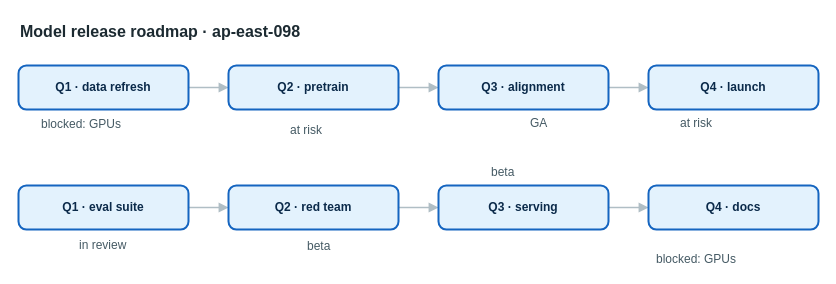
Before: apps/web/public/samples/library/098-model-release-roadmap.drawio in AryanG01/open-apprentice, a draw.io diagram. Source tidied: cells renumbered, new cells numbered last; positions are measured from the earlier drawing's top-left corner, leaving out a move shared by most shapes. Both pictures are drawn from the tidied source at 100%, with x=0, y=0 at pixel (18, 17).
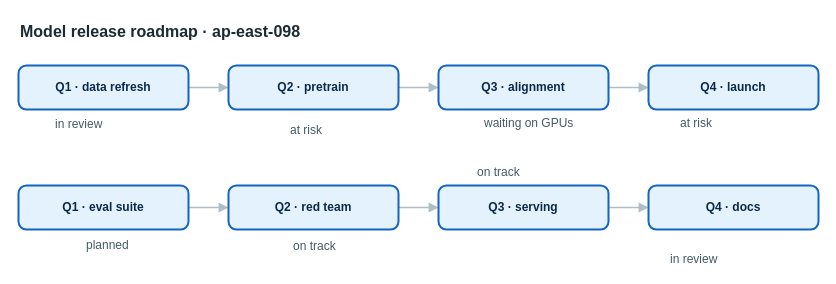
The same page after the edit.

Diff of the diagram source:
```diff
@@
-    <mxCell id="17" value="blocked: GPUs" style="text;html=1;align=left;verticalAlign=top;whiteSpace=nowrap;spacing=0;spacingTop=0;strokeColor=none;fillColor=none;fontSize=12;fontColor=#455a64;" parent="1" vertex="1">
-      <mxGeometry x="23" y="95" width="103" height="20" as="geometry" />
+    <mxCell id="17" value="in review" style="text;html=1;align=left;verticalAlign=top;whiteSpace=nowrap;spacing=0;spacingTop=0;strokeColor=none;fillColor=none;fontSize=12;fontColor=#455a64;" parent="1" vertex="1">
+      <mxGeometry x="37" y="95" width="75" height="20" as="geometry" />
     </mxCell>
@@
-    <mxCell id="19" value="GA" style="text;html=1;align=left;verticalAlign=top;whiteSpace=nowrap;spacing=0;spacingTop=0;strokeColor=none;fillColor=none;fontSize=12;fontColor=#455a64;" parent="1" vertex="1">
-      <mxGeometry x="512" y="94" width="26" height="20" as="geometry" />
+    <mxCell id="19" value="waiting on GPUs" style="text;html=1;align=left;verticalAlign=top;whiteSpace=nowrap;spacing=0;spacingTop=0;strokeColor=none;fillColor=none;fontSize=12;fontColor=#455a64;" parent="1" vertex="1">
+      <mxGeometry x="466" y="94" width="117" height="20" as="geometry" />
     </mxCell>
@@
-    <mxCell id="21" value="in review" style="text;html=1;align=left;verticalAlign=top;whiteSpace=nowrap;spacing=0;spacingTop=0;strokeColor=none;fillColor=none;fontSize=12;fontColor=#455a64;" parent="1" vertex="1">
-      <mxGeometry x="61" y="216" width="75" height="20" as="geometry" />
+    <mxCell id="21" value="planned" style="text;html=1;align=left;verticalAlign=top;whiteSpace=nowrap;spacing=0;spacingTop=0;strokeColor=none;fillColor=none;fontSize=12;fontColor=#455a64;" parent="1" vertex="1">
+      <mxGeometry x="68" y="216" width="61" height="20" as="geometry" />
     </mxCell>
-    <mxCell id="22" value="beta" style="text;html=1;align=left;verticalAlign=top;whiteSpace=nowrap;spacing=0;spacingTop=0;strokeColor=none;fillColor=none;fontSize=12;fontColor=#455a64;" parent="1" vertex="1">
-      <mxGeometry x="289" y="217" width="40" height="20" as="geometry" />
+    <mxCell id="22" value="on track" style="text;html=1;align=left;verticalAlign=top;whiteSpace=nowrap;spacing=0;spacingTop=0;strokeColor=none;fillColor=none;fontSize=12;fontColor=#455a64;" parent="1" vertex="1">
+      <mxGeometry x="275" y="217" width="68" height="20" as="geometry" />
     </mxCell>
-    <mxCell id="23" value="beta" style="text;html=1;align=left;verticalAlign=top;whiteSpace=nowrap;spacing=0;spacingTop=0;strokeColor=none;fillColor=none;fontSize=12;fontColor=#455a64;" parent="1" vertex="1">
-      <mxGeometry x="473" y="143" width="40" height="20" as="geometry" />
+    <mxCell id="23" value="on track" style="text;html=1;align=left;verticalAlign=top;whiteSpace=nowrap;spacing=0;spacingTop=0;strokeColor=none;fillColor=none;fontSize=12;fontColor=#455a64;" parent="1" vertex="1">
+      <mxGeometry x="459" y="143" width="68" height="20" as="geometry" />
     </mxCell>
-    <mxCell id="24" value="blocked: GPUs" style="text;html=1;align=left;verticalAlign=top;whiteSpace=nowrap;spacing=0;spacingTop=0;strokeColor=none;fillColor=none;fontSize=12;fontColor=#455a64;" parent="1" vertex="1">
-      <mxGeometry x="638" y="230" width="103" height="20" as="geometry" />
+    <mxCell id="24" value="in review" style="text;html=1;align=left;verticalAlign=top;whiteSpace=nowrap;spacing=0;spacingTop=0;strokeColor=none;fillColor=none;fontSize=12;fontColor=#455a64;" parent="1" vertex="1">
+      <mxGeometry x="652" y="230" width="75" height="20" as="geometry" />
     </mxCell>
```
